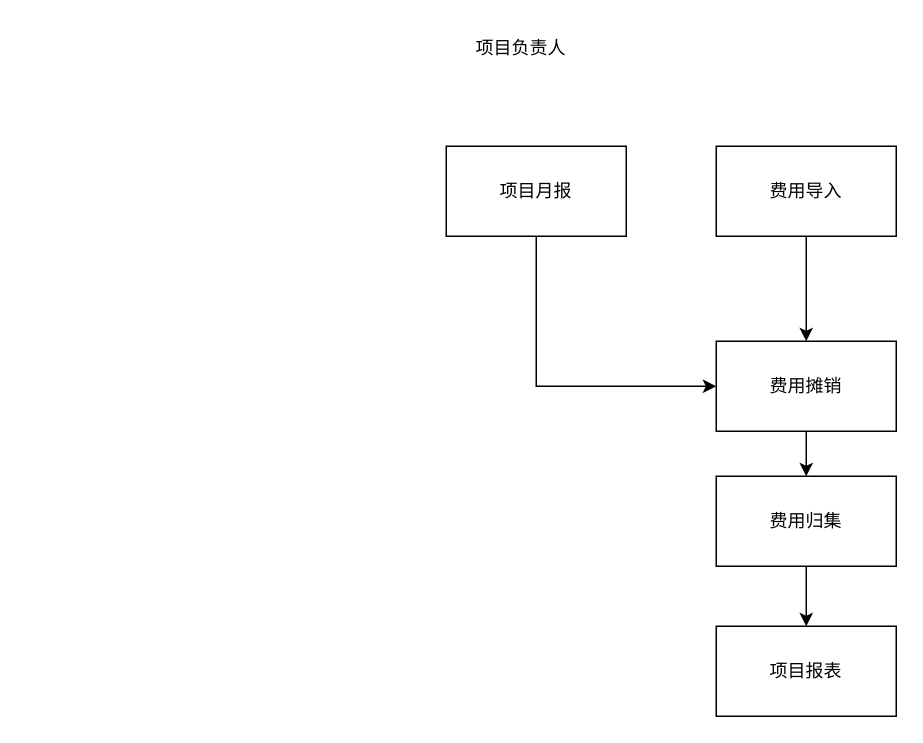
This is page "总体流程" (1 of 2) of shrine-doc/研发项目管理流程.drawio from easefulfil/CLOUDCARE, a draw.io file, before an edit. Source tidied: cells renumbered, new cells numbered last; positions are measured from the earlier drawing's top-left corner, leaving out a move shared by most shapes. Both pictures are drawn from the tidied source at 150%, with x=0, y=0 at pixel (446, 26).
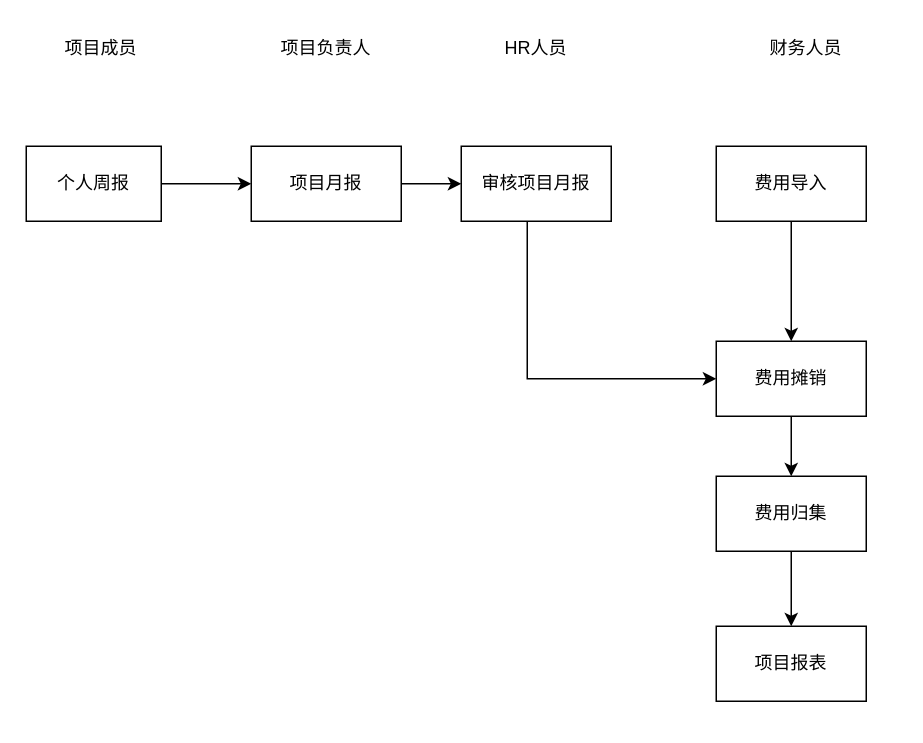
Above is the later version.

Commit message (it also covers changes not shown here):
Update 研发项目管理流程.drawio

Change to the diagram source:
```diff
@@
 <mxGraphModel>
   <root>
     <mxCell id="0" />
     <mxCell id="1" parent="0" />
     <mxCell id="2" style="edgeStyle=orthogonalEdgeStyle;rounded=0;jettySize=auto;html=1;entryX=0.5;entryY=0;entryDx=0;entryDy=0;" parent="1" edge="1" source="3" target="7">
       <mxGeometry relative="1" as="geometry" />
     </mxCell>
     <mxCell id="3" value="费用导入" style="rounded=0;whiteSpace=wrap;html=1;" parent="1" vertex="1">
-      <mxGeometry x="180" y="80" width="120" height="60" as="geometry" />
+      <mxGeometry x="180" y="80" width="100" height="50" as="geometry" />
     </mxCell>
-    <mxCell id="4" style="edgeStyle=orthogonalEdgeStyle;rounded=0;jettySize=auto;html=1;entryX=0;entryY=0.5;entryDx=0;entryDy=0;exitX=0.5;exitY=1;exitDx=0;exitDy=0;" parent="1" edge="1" source="5" target="7">
+    <mxCell id="4" style="edgeStyle=orthogonalEdgeStyle;rounded=0;jettySize=auto;html=1;entryX=0;entryY=0.5;entryDx=0;entryDy=0;exitX=0.44;exitY=1.01;exitDx=0;exitDy=0;exitPerimeter=0;" parent="1" edge="1" source="18" target="7">
       <mxGeometry relative="1" as="geometry" />
     </mxCell>
+    <mxCell id="12" style="edgeStyle=orthogonalEdgeStyle;rounded=0;jettySize=auto;html=1;entryX=0;entryY=0.5;entryDx=0;entryDy=0;" parent="1" edge="1" source="5" target="18">
+      <mxGeometry relative="1" as="geometry" />
+    </mxCell>
     <mxCell id="5" value="项目月报" style="rounded=0;whiteSpace=wrap;html=1;" parent="1" vertex="1">
-      <mxGeometry y="80" width="120" height="60" as="geometry" />
+      <mxGeometry x="-130" y="80" width="100" height="50" as="geometry" />
     </mxCell>
     <mxCell id="6" style="edgeStyle=orthogonalEdgeStyle;rounded=0;jettySize=auto;html=1;entryX=0.5;entryY=0;entryDx=0;entryDy=0;" parent="1" edge="1" source="7" target="9">
       <mxGeometry relative="1" as="geometry" />
     </mxCell>
     <mxCell id="7" value="费用摊销" style="rounded=0;whiteSpace=wrap;html=1;" parent="1" vertex="1">
-      <mxGeometry x="180" y="210" width="120" height="60" as="geometry" />
+      <mxGeometry x="180" y="210" width="100" height="50" as="geometry" />
     </mxCell>
     <mxCell id="8" style="edgeStyle=orthogonalEdgeStyle;rounded=0;jettySize=auto;html=1;entryX=0.5;entryY=0;entryDx=0;entryDy=0;" parent="1" edge="1" source="9" target="10">
       <mxGeometry relative="1" as="geometry" />
     </mxCell>
     <mxCell id="9" value="费用归集" style="rounded=0;whiteSpace=wrap;html=1;" parent="1" vertex="1">
-      <mxGeometry x="180" y="300" width="120" height="60" as="geometry" />
+      <mxGeometry x="180" y="300" width="100" height="50" as="geometry" />
     </mxCell>
     <mxCell id="10" value="项目报表" style="rounded=0;whiteSpace=wrap;html=1;" parent="1" vertex="1">
-      <mxGeometry x="180" y="400" width="120" height="60" as="geometry" />
+      <mxGeometry x="180" y="400" width="100" height="50" as="geometry" />
     </mxCell>
     <mxCell id="11" value="项目负责人" style="text;html=1;strokeColor=none;fillColor=none;align=center;verticalAlign=middle;whiteSpace=wrap;rounded=0;" parent="1" vertex="1">
-      <mxGeometry x="10" width="80" height="30" as="geometry" />
+      <mxGeometry x="-120" width="80" height="30" as="geometry" />
     </mxCell>
+    <mxCell id="13" value="财务人员" style="text;html=1;strokeColor=none;fillColor=none;align=center;verticalAlign=middle;whiteSpace=wrap;rounded=0;" parent="1" vertex="1">
+      <mxGeometry x="200" width="80" height="30" as="geometry" />
+    </mxCell>
+    <mxCell id="14" value="项目成员" style="text;html=1;strokeColor=none;fillColor=none;align=center;verticalAlign=middle;whiteSpace=wrap;rounded=0;" parent="1" vertex="1">
+      <mxGeometry x="-270" width="80" height="30" as="geometry" />
+    </mxCell>
+    <mxCell id="15" style="edgeStyle=orthogonalEdgeStyle;rounded=0;jettySize=auto;html=1;entryX=0;entryY=0.5;entryDx=0;entryDy=0;" parent="1" edge="1" source="16" target="5">
+      <mxGeometry relative="1" as="geometry" />
+    </mxCell>
+    <mxCell id="16" value="个人周报" style="rounded=0;whiteSpace=wrap;html=1;" parent="1" vertex="1">
+      <mxGeometry x="-280" y="80" width="90" height="50" as="geometry" />
+    </mxCell>
+    <mxCell id="17" value="HR人员" style="text;html=1;strokeColor=none;fillColor=none;align=center;verticalAlign=middle;whiteSpace=wrap;rounded=0;" parent="1" vertex="1">
+      <mxGeometry x="20" width="80" height="30" as="geometry" />
+    </mxCell>
+    <mxCell id="18" value="审核项目月报" style="rounded=0;whiteSpace=wrap;html=1;" parent="1" vertex="1">
+      <mxGeometry x="10" y="80" width="100" height="50" as="geometry" />
+    </mxCell>
   </root>
 </mxGraphModel>
```
